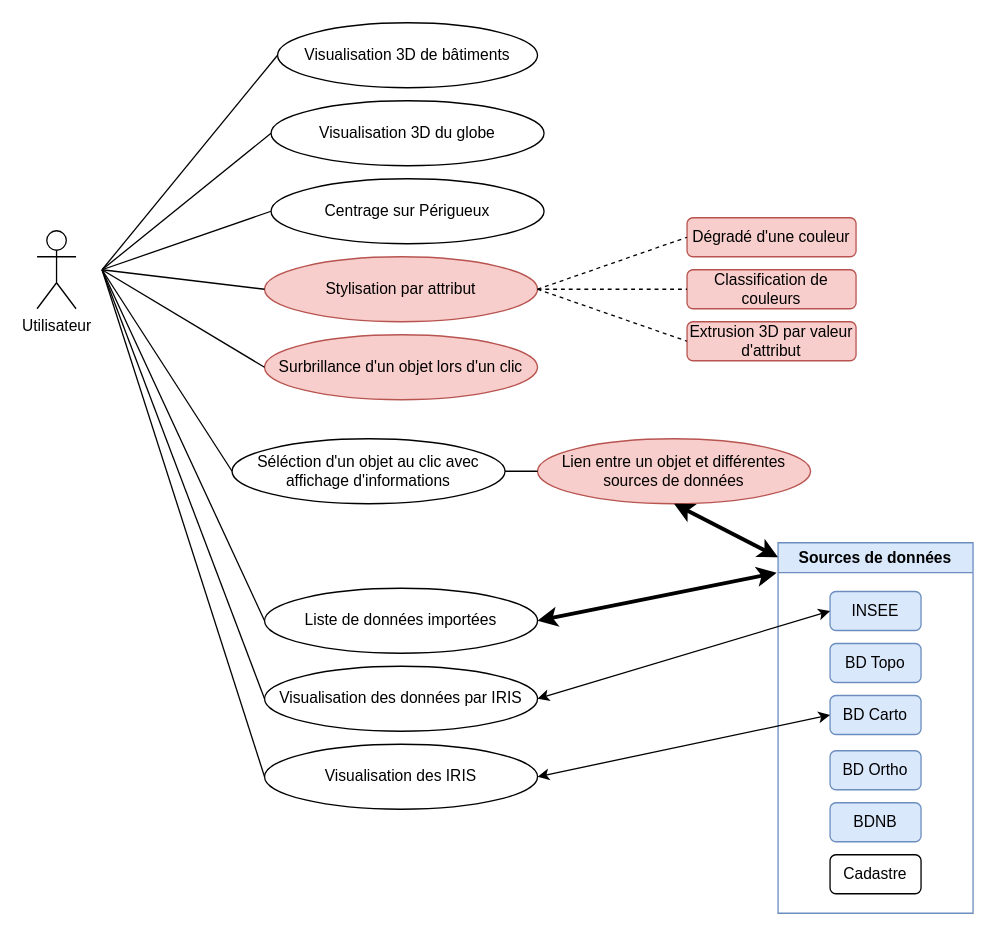
This is Use_case.drawio from EnzoVenon/Gemini_numeriques, a draw.io file, before an edit. Source tidied: cells renumbered, new cells numbered last; positions are measured from the earlier drawing's top-left corner, leaving out a move shared by most shapes. Both pictures are drawn from the tidied source at 130%, with x=0, y=0 at pixel (36, 22).
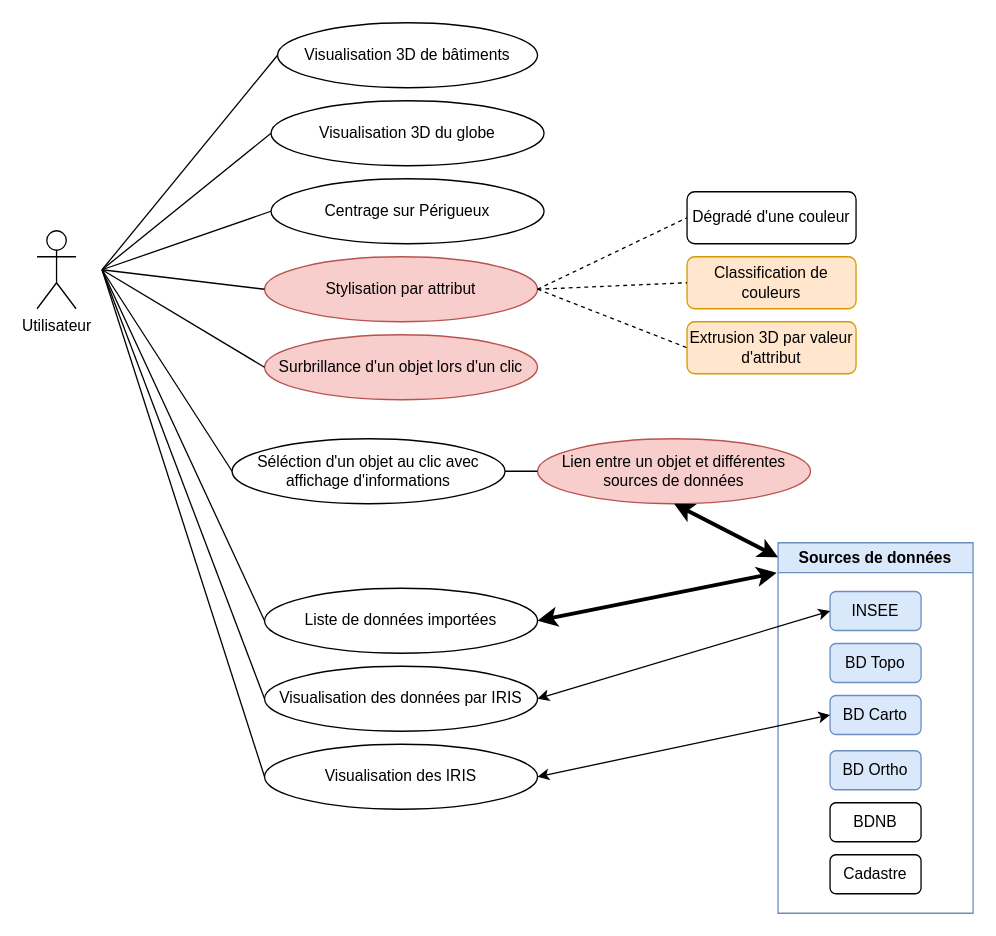
The same diagram, later.

Commit message:
Mettre à jour Use_case.drawio

The change refers to these unchanged cells:
```xml
<mxCell id="16" value="Sources de données" style="swimlane;whiteSpace=wrap;html=1;fillColor=#dae8fc;strokeColor=#6c8ebf;" parent="1" vertex="1">
  <mxGeometry x="570" y="400" width="150" height="285" as="geometry" />
</mxCell>
```

The edit, as a diff of the source:
```diff
@@
-    <mxCell id="21" value="BDNB" style="rounded=1;whiteSpace=wrap;html=1;fillColor=#dae8fc;strokeColor=#6c8ebf;" parent="16" vertex="1">
+    <mxCell id="21" value="BDNB" style="rounded=1;whiteSpace=wrap;html=1;" parent="16" vertex="1">
       <mxGeometry x="40" y="200" width="70" height="30" as="geometry" />
     </mxCell>
@@
-    <mxCell id="24" value="Dégradé d'une couleur" style="rounded=1;whiteSpace=wrap;html=1;fillColor=#f8cecc;strokeColor=#b85450;" parent="1" vertex="1">
-      <mxGeometry x="500" y="150" width="130" height="30" as="geometry" />
+    <mxCell id="24" value="Dégradé d'une couleur" style="rounded=1;whiteSpace=wrap;html=1;" parent="1" vertex="1">
+      <mxGeometry x="500" y="130" width="130" height="40" as="geometry" />
     </mxCell>
-    <mxCell id="25" value="Classification de couleurs" style="rounded=1;whiteSpace=wrap;html=1;fillColor=#f8cecc;strokeColor=#b85450;" parent="1" vertex="1">
-      <mxGeometry x="500" y="190" width="130" height="30" as="geometry" />
+    <mxCell id="25" value="Classification de couleurs" style="rounded=1;whiteSpace=wrap;html=1;fillColor=#ffe6cc;strokeColor=#d79b00;" parent="1" vertex="1">
+      <mxGeometry x="500" y="180" width="130" height="40" as="geometry" />
     </mxCell>
@@
-    <mxCell id="28" value="Extrusion 3D par valeur d'attribut " style="rounded=1;whiteSpace=wrap;html=1;fillColor=#f8cecc;strokeColor=#b85450;" parent="1" vertex="1">
-      <mxGeometry x="500" y="230" width="130" height="30" as="geometry" />
+    <mxCell id="28" value="Extrusion 3D par valeur d'attribut " style="rounded=1;whiteSpace=wrap;html=1;fillColor=#ffe6cc;strokeColor=#d79b00;" parent="1" vertex="1">
+      <mxGeometry x="500" y="230" width="130" height="40" as="geometry" />
     </mxCell>
```
